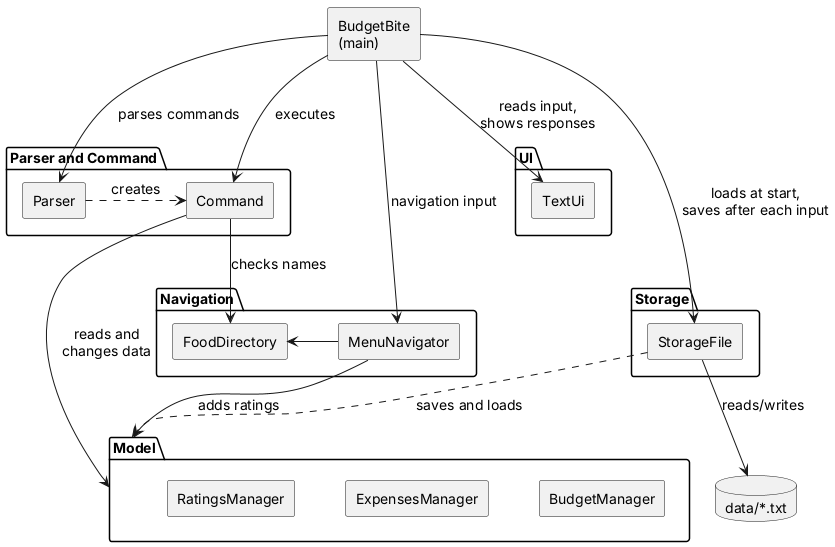
Before: docs/images/ArchitectureDiagram.png, a diagram exported from PlantUML (AY2627S1-CS2113-W10-3/tp).
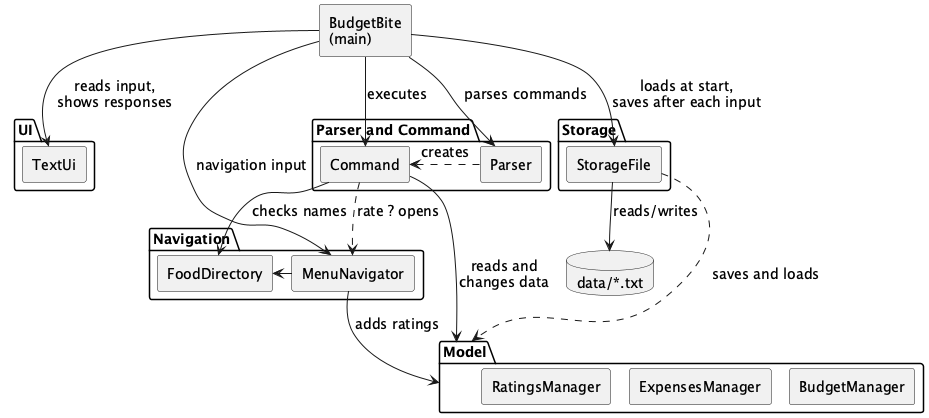
The same diagram one commit later.

Commit message:
Update DG diagrams for rate ? suggestions

Diff of the diagram source:
```diff
@@ -1,4 +1,5 @@
 @startuml
+!pragma layout smetana
 skinparam shadowing false
 skinparam defaultFontSize 14
 skinparam componentStyle rectangle
@@ -41,6 +42,7 @@
 MenuNavigator -right-> FoodDirectory
 Command --> Model : reads and\nchanges data
 Command --> FoodDirectory : checks names
+Command ..> MenuNavigator : rate ? opens
 MenuNavigator --> Model : adds ratings
 StorageFile ..> Model : saves and loads
 StorageFile --> Data : reads/writes
```
